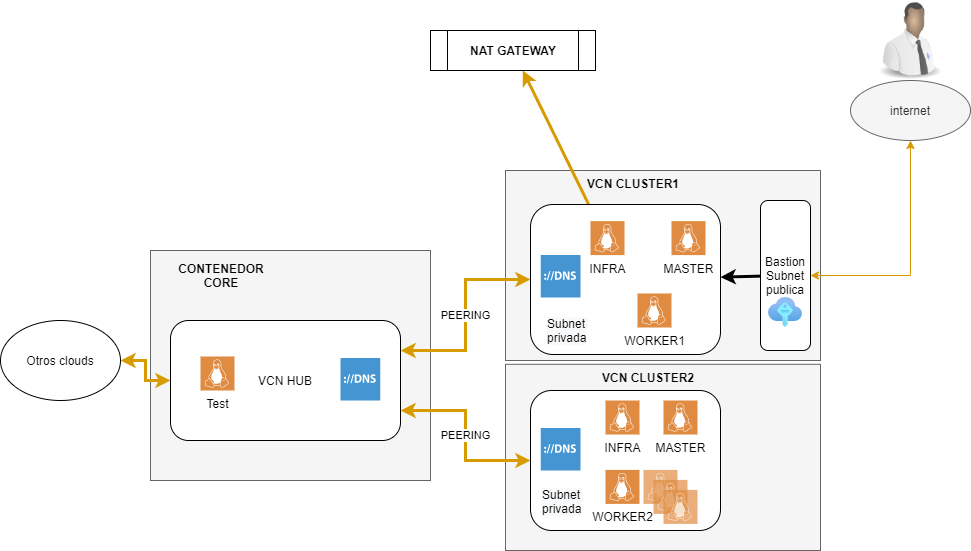
This is esquema.png from victhor666/Openshift-OCI, a draw.io export, as it was before one commit. Source tidied: cells renumbered, new cells last; positions are measured from the earlier drawing's top-left corner, leaving out a move shared by most shapes.
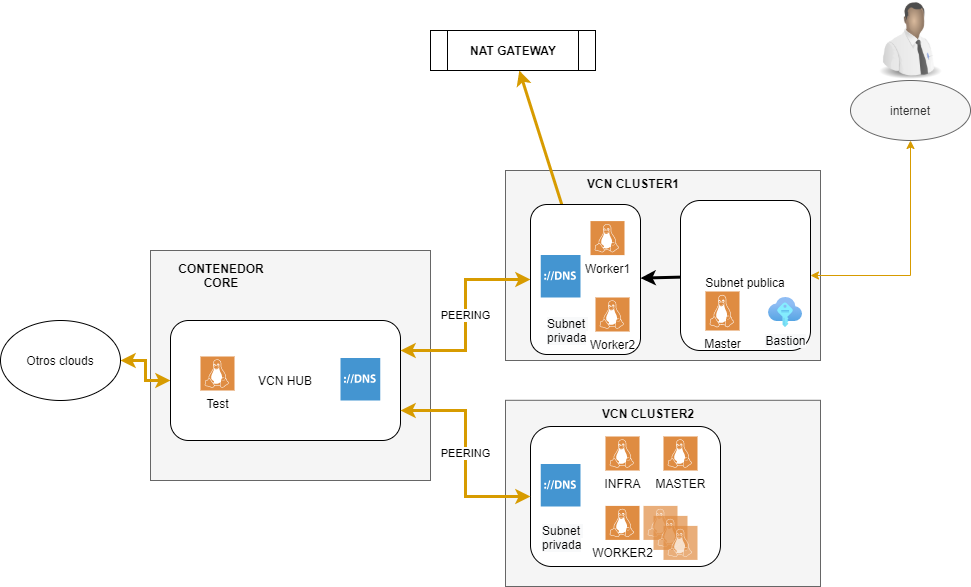
After the commit.

Commit message:
cambio a ubuntu

What changed in the source:
```diff
@@ -3,7 +3,7 @@
     <mxCell id="0" />
     <mxCell id="1" parent="0" />
     <mxCell id="2" style="rounded=0;whiteSpace=wrap;html=1;fillColor=#f5f5f5;strokeColor=#666666;fontColor=#333333;" parent="1" vertex="1">
-      <mxGeometry x="505" y="363.8" width="315" height="186.2" as="geometry" />
+      <mxGeometry x="505" y="399.8" width="315" height="186.2" as="geometry" />
     </mxCell>
     <mxCell id="3" style="rounded=0;whiteSpace=wrap;html=1;fillColor=#f5f5f5;strokeColor=#666666;fontColor=#333333;" parent="1" vertex="1">
       <mxGeometry x="505" y="170" width="315" height="190" as="geometry" />
@@ -24,28 +24,25 @@
       <mxGeometry relative="1" as="geometry" />
     </mxCell>
     <mxCell id="9" style="rounded=1;whiteSpace=wrap;html=1;" parent="1" vertex="1">
-      <mxGeometry x="530" y="204" width="190" height="150" as="geometry" />
+      <mxGeometry x="530" y="204" width="110" height="150" as="geometry" />
     </mxCell>
     <mxCell id="10" style="rounded=1;whiteSpace=wrap;html=1;" parent="1" vertex="1">
-      <mxGeometry x="530" y="390" width="190" height="140" as="geometry" />
+      <mxGeometry x="530" y="426" width="190" height="140" as="geometry" />
     </mxCell>
     <mxCell id="11" value="&lt;div style=&quot;text-align: center&quot;&gt;&lt;font face=&quot;helvetica&quot;&gt;VCN CLUSTER1&lt;/font&gt;&lt;/div&gt;" style="text;whiteSpace=wrap;html=1;fontStyle=1;" parent="1" vertex="1">
       <mxGeometry x="585" y="170" width="120" height="30" as="geometry" />
     </mxCell>
     <mxCell id="12" value="&lt;div style=&quot;text-align: center&quot;&gt;&lt;font face=&quot;helvetica&quot;&gt;VCN CLUSTER2&lt;/font&gt;&lt;/div&gt;" style="text;whiteSpace=wrap;html=1;fontStyle=1;" parent="1" vertex="1">
-      <mxGeometry x="600" y="363.8" width="120" height="30" as="geometry" />
+      <mxGeometry x="600" y="399.8" width="120" height="30" as="geometry" />
     </mxCell>
-    <mxCell id="13" value="INFRA" style="sketch=0;shadow=0;dashed=0;html=1;strokeColor=none;fillColor=#DF8C42;labelPosition=center;verticalLabelPosition=bottom;verticalAlign=top;align=center;shape=mxgraph.veeam2.linux;" parent="1" vertex="1">
+    <mxCell id="13" value="Worker1" style="sketch=0;shadow=0;dashed=0;html=1;strokeColor=none;fillColor=#DF8C42;labelPosition=center;verticalLabelPosition=bottom;verticalAlign=top;align=center;shape=mxgraph.veeam2.linux;" parent="1" vertex="1">
       <mxGeometry x="590" y="220.6" width="34" height="34" as="geometry" />
     </mxCell>
-    <mxCell id="14" value="MASTER" style="sketch=0;shadow=0;dashed=0;html=1;strokeColor=none;fillColor=#DF8C42;labelPosition=center;verticalLabelPosition=bottom;verticalAlign=top;align=center;shape=mxgraph.veeam2.linux;" parent="1" vertex="1">
-      <mxGeometry x="671" y="220.6" width="34" height="34" as="geometry" />
+    <mxCell id="14" value="Worker2" style="sketch=0;shadow=0;dashed=0;html=1;strokeColor=none;fillColor=#DF8C42;labelPosition=center;verticalLabelPosition=bottom;verticalAlign=top;align=center;shape=mxgraph.veeam2.linux;" parent="1" vertex="1">
+      <mxGeometry x="595" y="297" width="34" height="34" as="geometry" />
     </mxCell>
-    <mxCell id="15" value="WORKER1" style="sketch=0;shadow=0;dashed=0;html=1;strokeColor=none;fillColor=#DF8C42;labelPosition=center;verticalLabelPosition=bottom;verticalAlign=top;align=center;shape=mxgraph.veeam2.linux;" parent="1" vertex="1">
-      <mxGeometry x="637" y="293" width="34" height="34" as="geometry" />
-    </mxCell>
     <mxCell id="16" style="shadow=0;dashed=0;html=1;strokeColor=none;fillColor=#4495D1;labelPosition=center;verticalLabelPosition=bottom;verticalAlign=top;align=center;shape=mxgraph.veeam.dns;" parent="1" vertex="1">
-      <mxGeometry x="540.2" y="427.6" width="39.8" height="42.4" as="geometry" />
+      <mxGeometry x="540.2" y="463.6" width="39.8" height="42.4" as="geometry" />
     </mxCell>
     <mxCell id="17" style="shadow=0;dashed=0;html=1;strokeColor=none;fillColor=#4495D1;labelPosition=center;verticalLabelPosition=bottom;verticalAlign=top;align=center;shape=mxgraph.veeam.dns;" parent="1" vertex="1">
       <mxGeometry x="340" y="357.6" width="39.8" height="42.4" as="geometry" />
@@ -69,40 +66,40 @@
       <mxGeometry y="320" width="120" height="80" as="geometry" />
     </mxCell>
     <mxCell id="24" value="INFRA" style="sketch=0;shadow=0;dashed=0;html=1;strokeColor=none;fillColor=#DF8C42;labelPosition=center;verticalLabelPosition=bottom;verticalAlign=top;align=center;shape=mxgraph.veeam2.linux;" parent="1" vertex="1">
-      <mxGeometry x="605" y="400" width="34" height="34" as="geometry" />
+      <mxGeometry x="605" y="436" width="34" height="34" as="geometry" />
     </mxCell>
     <mxCell id="25" value="MASTER" style="sketch=0;shadow=0;dashed=0;html=1;strokeColor=none;fillColor=#DF8C42;labelPosition=center;verticalLabelPosition=bottom;verticalAlign=top;align=center;shape=mxgraph.veeam2.linux;" parent="1" vertex="1">
-      <mxGeometry x="663" y="400" width="34" height="34" as="geometry" />
+      <mxGeometry x="663" y="436" width="34" height="34" as="geometry" />
     </mxCell>
     <mxCell id="26" value="WORKER2" style="sketch=0;shadow=0;dashed=0;html=1;strokeColor=none;fillColor=#DF8C42;labelPosition=center;verticalLabelPosition=bottom;verticalAlign=top;align=center;shape=mxgraph.veeam2.linux;" parent="1" vertex="1">
-      <mxGeometry x="605" y="469.4" width="34" height="34" as="geometry" />
+      <mxGeometry x="605" y="505.4" width="34" height="34" as="geometry" />
     </mxCell>
     <mxCell id="27" style="sketch=0;shadow=0;dashed=0;html=1;strokeColor=none;fillColor=#DF8C42;labelPosition=center;verticalLabelPosition=bottom;verticalAlign=top;align=center;shape=mxgraph.veeam2.linux;opacity=70;" parent="1" vertex="1">
-      <mxGeometry x="643" y="469.4" width="34" height="34" as="geometry" />
+      <mxGeometry x="643" y="505.4" width="34" height="34" as="geometry" />
     </mxCell>
     <mxCell id="28" style="sketch=0;shadow=0;dashed=0;html=1;strokeColor=none;fillColor=#DF8C42;labelPosition=center;verticalLabelPosition=bottom;verticalAlign=top;align=center;shape=mxgraph.veeam2.linux;opacity=70;" parent="1" vertex="1">
-      <mxGeometry x="653" y="479.4" width="34" height="34" as="geometry" />
+      <mxGeometry x="653" y="515.4" width="34" height="34" as="geometry" />
     </mxCell>
     <mxCell id="29" style="sketch=0;shadow=0;dashed=0;html=1;strokeColor=none;fillColor=#DF8C42;labelPosition=center;verticalLabelPosition=bottom;verticalAlign=top;align=center;shape=mxgraph.veeam2.linux;opacity=70;" parent="1" vertex="1">
-      <mxGeometry x="663" y="489.4" width="34" height="34" as="geometry" />
+      <mxGeometry x="663" y="525.4" width="34" height="34" as="geometry" />
     </mxCell>
+    <mxCell id="31" value="&lt;br&gt;Subnet publica" style="rounded=1;whiteSpace=wrap;html=1;" parent="1" vertex="1">
+      <mxGeometry x="680" y="200" width="130" height="150" as="geometry" />
+    </mxCell>
     <mxCell id="30" style="edgeStyle=none;rounded=0;jettySize=auto;html=1;startArrow=none;startFill=0;strokeWidth=3;" parent="1" edge="1" source="31" target="9">
       <mxGeometry relative="1" as="geometry" />
     </mxCell>
-    <mxCell id="31" value="Bastion&lt;br&gt;Subnet publica" style="rounded=1;whiteSpace=wrap;html=1;" parent="1" vertex="1">
-      <mxGeometry x="760" y="200" width="50" height="150" as="geometry" />
-    </mxCell>
     <mxCell id="32" style="image;html=1;image=img/lib/clip_art/people/Tech_Man_Black_128x128.png;opacity=70;" parent="1" vertex="1">
       <mxGeometry x="870" width="80" height="80" as="geometry" />
     </mxCell>
     <mxCell id="33" style="edgeStyle=orthogonalEdgeStyle;rounded=0;jettySize=auto;html=1;startArrow=classic;startFill=1;strokeWidth=1;gradientColor=#ffa500;fillColor=#ffcd28;strokeColor=#d79b00;" parent="1" edge="1" source="31" target="22">
       <mxGeometry relative="1" as="geometry" />
     </mxCell>
-    <mxCell id="34" style="html=1;align=center;image;fontSize=12;image=img/lib/azure2/other/SSH_Keys.svg;opacity=70;" parent="1" vertex="1">
+    <mxCell id="34" value="&lt;span style=&quot;background-color: rgb(248 , 249 , 250)&quot;&gt;Bastion&lt;/span&gt;" style="html=1;align=center;image;fontSize=12;image=img/lib/azure2/other/SSH_Keys.svg;opacity=70;" parent="1" vertex="1">
       <mxGeometry x="768" y="297" width="34" height="30" as="geometry" />
     </mxCell>
     <mxCell id="35" value="&lt;span style=&quot;color: rgb(0 , 0 , 0) ; font-family: &amp;#34;helvetica&amp;#34; ; font-size: 12px ; font-style: normal ; font-weight: 400 ; letter-spacing: normal ; text-align: center ; text-indent: 0px ; text-transform: none ; word-spacing: 0px ; background-color: rgb(248 , 249 , 250) ; display: inline ; float: none&quot;&gt;Subnet &lt;br&gt;privada&lt;/span&gt;" style="text;whiteSpace=wrap;html=1;" parent="1" vertex="1">
-      <mxGeometry x="540.2" y="481.4" width="49.8" height="30" as="geometry" />
+      <mxGeometry x="540.2" y="517.4" width="49.8" height="30" as="geometry" />
     </mxCell>
     <mxCell id="36" value="&lt;span style=&quot;color: rgb(0 , 0 , 0) ; font-family: &amp;#34;helvetica&amp;#34; ; font-size: 12px ; font-style: normal ; font-weight: 400 ; letter-spacing: normal ; text-align: center ; text-indent: 0px ; text-transform: none ; word-spacing: 0px ; background-color: rgb(248 , 249 , 250) ; display: inline ; float: none&quot;&gt;Subnet &lt;br&gt;privada&lt;/span&gt;" style="text;whiteSpace=wrap;html=1;" parent="1" vertex="1">
       <mxGeometry x="545.2" y="310" width="49.8" height="30" as="geometry" />
@@ -110,5 +107,8 @@
     <mxCell id="37" value="Test" style="sketch=0;shadow=0;dashed=0;html=1;strokeColor=none;fillColor=#DF8C42;labelPosition=center;verticalLabelPosition=bottom;verticalAlign=top;align=center;shape=mxgraph.veeam2.linux;" parent="1" vertex="1">
       <mxGeometry x="200" y="356" width="34" height="34" as="geometry" />
     </mxCell>
+    <mxCell id="15" value="Master" style="sketch=0;shadow=0;dashed=0;html=1;strokeColor=none;fillColor=#DF8C42;labelPosition=center;verticalLabelPosition=bottom;verticalAlign=top;align=center;shape=mxgraph.veeam2.linux;" parent="1" vertex="1">
+      <mxGeometry x="705" y="291" width="34" height="39" as="geometry" />
+    </mxCell>
   </root>
 </mxGraphModel>
```
